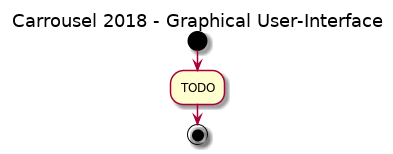
ikbenmacje/carrousel-2018 keeps this PlantUML diagram as uml/gui.png. Above is the earlier version. Its source is kept beside it as uml/gui.pu.
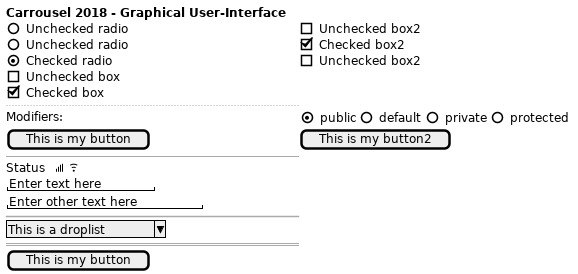
The same file after the commit.

Commit message:
gui example

What changed in the source:
```diff
@@ -1,12 +1,24 @@
 @startuml
-skinparam backgroundcolor White|White
 
-title Carrousel 2018 - Graphical User-Interface
-
-start
-
-:TODO;
-
-stop
+salt
+{
+    <b>Carrousel 2018 - Graphical User-Interface
+    ()  Unchecked radio  | []  Unchecked box2
+    ()  Unchecked radio  | [X] Checked box2
+    (X) Checked radio    | []  Unchecked box2
+    []  Unchecked box
+    [X] Checked box
+    ..
+    Modifiers:                    | { (X) public | () default | () private | () protected }
+    [This is my button] | [This is my button2]
+    --
+    Status  <&signal> <&wifi>
+    "Enter text here   "
+    "Enter other text here   "
+    ~~
+    ^This is a droplist^
+    ==
+    [This is my button]
+}
 
 @enduml
```
